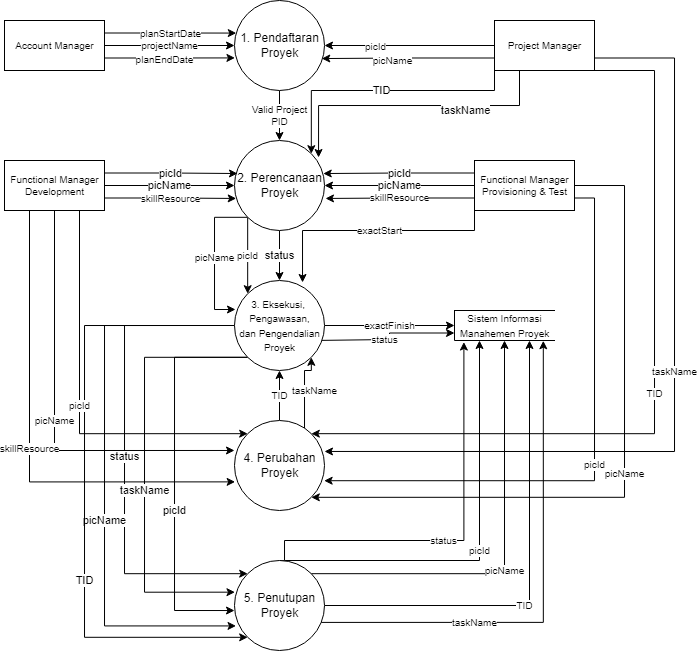
Earlier version of the draw.io export 1 Figur/Diagram Tesis-DataFlow Lvl 0.drawio.png (ilhamnurpratama/thesis-pmis). Source tidied: cells renumbered, new cells last; positions are measured from the earlier drawing's top-left corner, leaving out a move shared by most shapes.
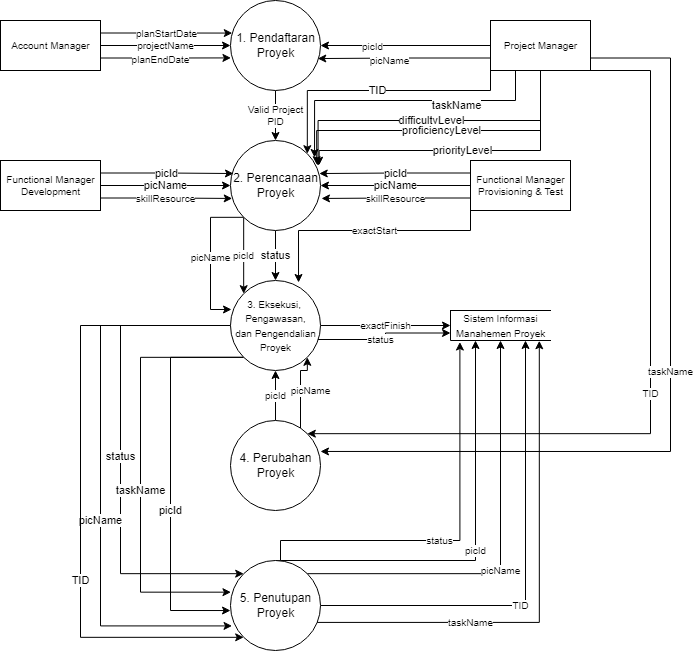
The same diagram one commit later.

Diff of the diagram source:
```diff
@@ -81,10 +81,10 @@
     <mxCell id="15" value="&lt;font style=&quot;font-size: 10px;&quot;&gt;3. Eksekusi,&amp;nbsp;&lt;br&gt;Pengawasan,&lt;br&gt;dan Pengendalian&lt;br&gt;Proyek&lt;/font&gt;" style="shape=ellipse;html=1;dashed=0;whitespace=wrap;perimeter=ellipsePerimeter;" parent="1" vertex="1">
       <mxGeometry x="230" y="280" width="90" height="90" as="geometry" />
     </mxCell>
-    <mxCell id="16" value="TID" style="edgeStyle=orthogonalEdgeStyle;rounded=0;jettySize=auto;html=1;exitX=0.5;exitY=0;exitDx=0;exitDy=0;fontSize=10;" parent="1" edge="1" source="18" target="15">
+    <mxCell id="16" value="picId" style="edgeStyle=orthogonalEdgeStyle;rounded=0;jettySize=auto;html=1;exitX=0.5;exitY=0;exitDx=0;exitDy=0;fontSize=10;" parent="1" edge="1" source="18" target="15">
       <mxGeometry relative="1" as="geometry" />
     </mxCell>
-    <mxCell id="17" value="taskName" style="edgeStyle=orthogonalEdgeStyle;rounded=0;jettySize=auto;html=1;exitX=1;exitY=0;exitDx=0;exitDy=0;entryX=1;entryY=1;entryDx=0;entryDy=0;fontSize=10;" parent="1" edge="1" source="18" target="15">
+    <mxCell id="17" value="picName" style="edgeStyle=orthogonalEdgeStyle;rounded=0;jettySize=auto;html=1;exitX=1;exitY=0;exitDx=0;exitDy=0;entryX=1;entryY=1;entryDx=0;entryDy=0;fontSize=10;" parent="1" edge="1" source="18" target="15">
       <mxGeometry x="0.11" y="-10" relative="1" as="geometry">
         <Array as="points">
           <mxPoint x="300" y="433" />
@@ -164,7 +164,12 @@
       </mxGeometry>
     </mxCell>
     <mxCell id="35" value="taskName" style="edgeStyle=orthogonalEdgeStyle;rounded=0;jettySize=auto;html=1;exitX=0.25;exitY=1;exitDx=0;exitDy=0;entryX=0.934;entryY=0.189;entryDx=0;entryDy=0;entryPerimeter=0;" parent="1" edge="1" source="38" target="7">
-      <mxGeometry x="-0.38" y="5" relative="1" as="geometry" />
+      <mxGeometry x="-0.38" y="5" relative="1" as="geometry">
+        <Array as="points">
+          <mxPoint x="515" y="100" />
+          <mxPoint x="314" y="100" />
+        </Array>
+      </mxGeometry>
     </mxCell>
     <mxCell id="36" value="TID" style="edgeStyle=orthogonalEdgeStyle;rounded=0;jettySize=auto;html=1;exitX=1;exitY=1;exitDx=0;exitDy=0;entryX=1;entryY=0;entryDx=0;entryDy=0;fontSize=10;" parent="1" edge="1" source="38" target="18">
       <mxGeometry relative="1" as="geometry">
@@ -183,6 +188,30 @@
         <mxPoint y="1" as="offset" />
       </mxGeometry>
     </mxCell>
+    <mxCell id="54" value="difficultyLevel" style="edgeStyle=orthogonalEdgeStyle;rounded=0;jettySize=auto;html=1;exitX=0.5;exitY=1;exitDx=0;exitDy=0;entryX=0.973;entryY=0.283;entryDx=0;entryDy=0;entryPerimeter=0;" parent="1" edge="1" source="38" target="7">
+      <mxGeometry relative="1" as="geometry">
+        <Array as="points">
+          <mxPoint x="540" y="120" />
+          <mxPoint x="318" y="120" />
+        </Array>
+      </mxGeometry>
+    </mxCell>
+    <mxCell id="55" value="proficiencyLevel" style="edgeStyle=orthogonalEdgeStyle;rounded=0;jettySize=auto;html=1;exitX=0.5;exitY=1;exitDx=0;exitDy=0;entryX=0.958;entryY=0.269;entryDx=0;entryDy=0;entryPerimeter=0;" parent="1" edge="1" source="38" target="7">
+      <mxGeometry relative="1" as="geometry">
+        <Array as="points">
+          <mxPoint x="540" y="130" />
+          <mxPoint x="316" y="130" />
+        </Array>
+      </mxGeometry>
+    </mxCell>
+    <mxCell id="56" value="priorityLevel" style="edgeStyle=orthogonalEdgeStyle;rounded=0;jettySize=auto;html=1;exitX=0.5;exitY=1;exitDx=0;exitDy=0;entryX=0.985;entryY=0.275;entryDx=0;entryDy=0;entryPerimeter=0;" parent="1" edge="1" source="38" target="7">
+      <mxGeometry relative="1" as="geometry">
+        <Array as="points">
+          <mxPoint x="540" y="150" />
+          <mxPoint x="319" y="150" />
+        </Array>
+      </mxGeometry>
+    </mxCell>
     <mxCell id="38" value="Project Manager" style="html=1;dashed=0;whitespace=wrap;fontSize=10;" parent="1" vertex="1">
       <mxGeometry x="490" y="20" width="100" height="50" as="geometry" />
     </mxCell>
@@ -195,19 +224,6 @@
     <mxCell id="41" value="skillResource" style="edgeStyle=orthogonalEdgeStyle;rounded=0;jettySize=auto;html=1;exitX=1;exitY=0.75;exitDx=0;exitDy=0;entryX=0.019;entryY=0.644;entryDx=0;entryDy=0;entryPerimeter=0;fontSize=10;" parent="1" edge="1" source="45" target="7">
       <mxGeometry relative="1" as="geometry" />
     </mxCell>
-    <mxCell id="42" value="picId" style="edgeStyle=orthogonalEdgeStyle;rounded=0;jettySize=auto;html=1;exitX=0.75;exitY=1;exitDx=0;exitDy=0;entryX=0;entryY=0;entryDx=0;entryDy=0;fontSize=10;" parent="1" edge="1" source="45" target="18">
-      <mxGeometry relative="1" as="geometry">
-        <Array as="points">
-          <mxPoint x="75" y="433" />
-        </Array>
-      </mxGeometry>
-    </mxCell>
-    <mxCell id="43" value="picName" style="edgeStyle=orthogonalEdgeStyle;rounded=0;jettySize=auto;html=1;exitX=0.5;exitY=1;exitDx=0;exitDy=0;entryX=0;entryY=0.333;entryDx=0;entryDy=0;entryPerimeter=0;fontSize=10;" parent="1" edge="1" source="45" target="18">
-      <mxGeometry relative="1" as="geometry" />
-    </mxCell>
-    <mxCell id="44" value="skillResource" style="edgeStyle=orthogonalEdgeStyle;rounded=0;jettySize=auto;html=1;exitX=0.25;exitY=1;exitDx=0;exitDy=0;entryX=0.007;entryY=0.682;entryDx=0;entryDy=0;entryPerimeter=0;fontSize=10;" parent="1" edge="1" source="45" target="18">
-      <mxGeometry relative="1" as="geometry" />
-    </mxCell>
     <mxCell id="45" value="Functional Manager&lt;br&gt;Development" style="html=1;dashed=0;whitespace=wrap;fontSize=10;" parent="1" vertex="1">
       <mxGeometry y="160" width="100" height="50" as="geometry" />
     </mxCell>
@@ -228,22 +244,6 @@
     <mxCell id="49" value="skillResource" style="edgeStyle=orthogonalEdgeStyle;rounded=0;jettySize=auto;html=1;exitX=0;exitY=0.75;exitDx=0;exitDy=0;entryX=1.011;entryY=0.644;entryDx=0;entryDy=0;entryPerimeter=0;fontSize=10;" parent="1" edge="1" source="52" target="7">
       <mxGeometry relative="1" as="geometry" />
     </mxCell>
-    <mxCell id="50" value="picId" style="edgeStyle=orthogonalEdgeStyle;rounded=0;jettySize=auto;html=1;exitX=1;exitY=0.75;exitDx=0;exitDy=0;entryX=0.996;entryY=0.669;entryDx=0;entryDy=0;entryPerimeter=0;fontSize=10;" parent="1" edge="1" source="52" target="18">
-      <mxGeometry relative="1" as="geometry">
-        <Array as="points">
-          <mxPoint x="590" y="198" />
-          <mxPoint x="590" y="480" />
-        </Array>
-      </mxGeometry>
-    </mxCell>
-    <mxCell id="51" value="picName" style="edgeStyle=orthogonalEdgeStyle;rounded=0;jettySize=auto;html=1;exitX=1;exitY=0.5;exitDx=0;exitDy=0;entryX=1;entryY=1;entryDx=0;entryDy=0;fontSize=10;" parent="1" edge="1" source="52" target="18">
-      <mxGeometry relative="1" as="geometry">
-        <Array as="points">
-          <mxPoint x="620" y="185" />
-          <mxPoint x="620" y="497" />
-        </Array>
-      </mxGeometry>
-    </mxCell>
     <mxCell id="52" value="Functional Manager&lt;br&gt;Provisioning &amp;amp; Test" style="html=1;dashed=0;whitespace=wrap;fontSize=10;" parent="1" vertex="1">
       <mxGeometry x="470" y="160" width="100" height="50" as="geometry" />
     </mxCell>
```
